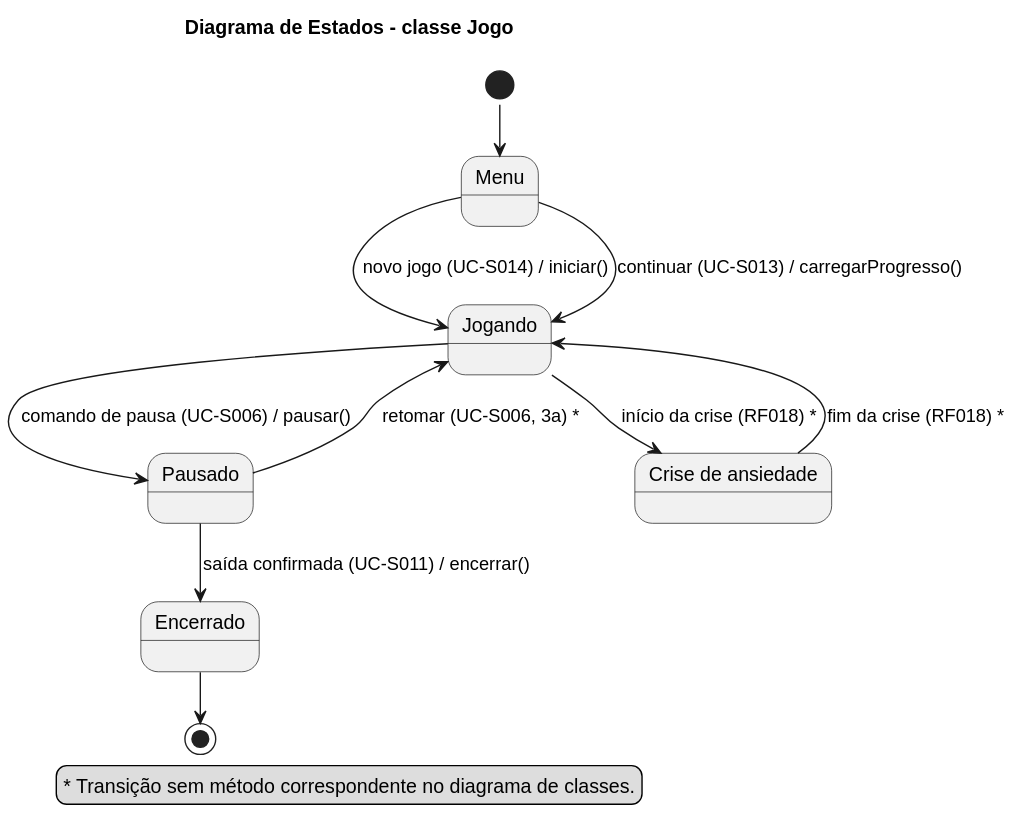
Above: docs/diagramas/estados-jogo.svg in omatheusfaria/Ani (PlantUML), before the change.
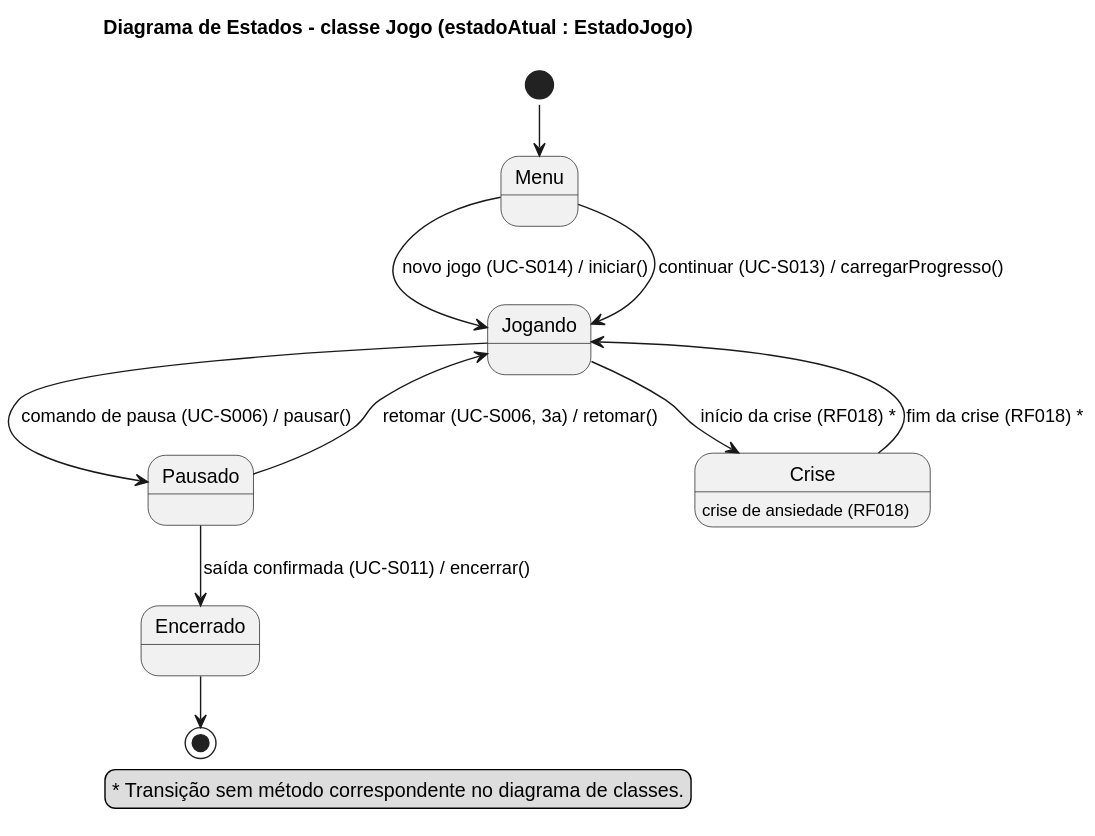
The same file after the commit.

Commit message:
Acrescenta a Jogo o atributo estadoAtual, o enum EstadoJogo e o método retomar() (item 60, decisão 1)

What changed in the source:
```diff
@@ -1,18 +1,18 @@
 @startuml
 !pragma layout smetana
-title Diagrama de Estados - classe Jogo
+title Diagrama de Estados - classe Jogo (estadoAtual : EstadoJogo)
 
 state "Menu" as Menu
 state "Jogando" as Jogando
 state "Pausado" as Pausado
-state "Crise de ansiedade" as Crise
+state "Crise" as Crise : crise de ansiedade (RF018)
 state "Encerrado" as Encerrado
 
 [*] --> Menu
 Menu --> Jogando : novo jogo (UC-S014) / iniciar()
 Menu --> Jogando : continuar (UC-S013) / carregarProgresso()
 Jogando --> Pausado : comando de pausa (UC-S006) / pausar()
-Pausado --> Jogando : retomar (UC-S006, 3a) *
+Pausado --> Jogando : retomar (UC-S006, 3a) / retomar()
 Jogando --> Crise : início da crise (RF018) *
 Crise --> Jogando : fim da crise (RF018) *
 Pausado --> Encerrado : saída confirmada (UC-S011) / encerrar()
```
